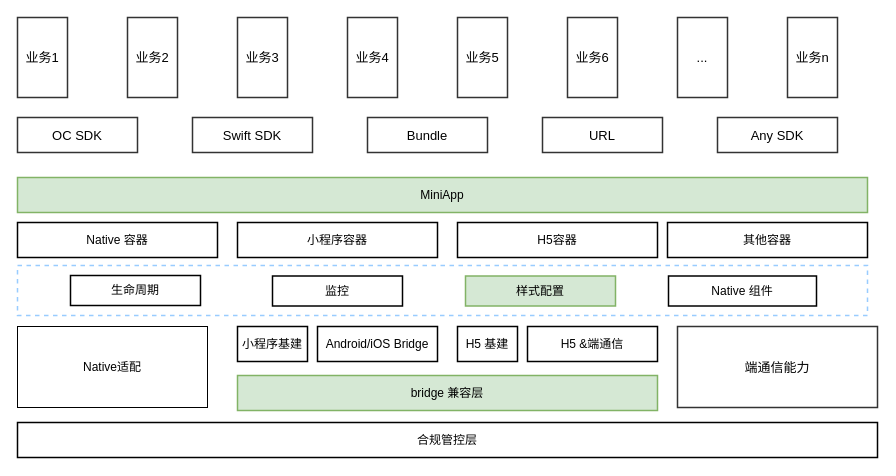
ashen-23/DrawIORepo keeps this draw.io diagram as page "展望" (7 of 9) of 容器化架构.drawio. Above is the earlier version. Source tidied: cells renumbered, new cells numbered last; positions are measured from the earlier drawing's top-left corner, leaving out a move shared by most shapes. Both pictures are drawn from the tidied source at 100%, with x=0, y=0 at pixel (17, 17).
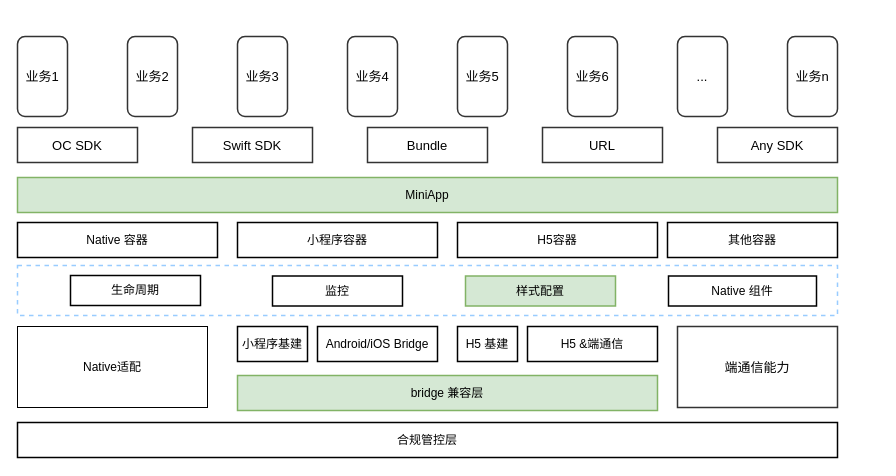
The same page after the edit.

Commit message:
更新容器化架构.drawio

The edit, as a diff of the source:
```diff
@@
     <mxCell id="2" style="whiteSpace=wrap;html=1;rounded=0;shadow=0;glass=0;dashed=1;strokeColor=#99CCFF;strokeWidth=1.5;fontColor=#000000;fillColor=none;gradientColor=none;" parent="1" vertex="1">
-      <mxGeometry y="248" width="850" height="50" as="geometry" />
+      <mxGeometry y="248" width="820" height="50" as="geometry" />
     </mxCell>
@@
     <mxCell id="5" value="MiniApp" style="whiteSpace=wrap;html=1;strokeWidth=1.5;fillColor=#d5e8d4;strokeColor=#82b366;" parent="1" vertex="1">
-      <mxGeometry y="160" width="850" height="35" as="geometry" />
+      <mxGeometry y="160" width="820" height="35" as="geometry" />
     </mxCell>
@@
     <mxCell id="7" value="合规管控层" style="whiteSpace=wrap;html=1;strokeWidth=1.5;fontColor=#000000;fillColor=#FFFFFF;" parent="1" vertex="1">
-      <mxGeometry y="405" width="860" height="35" as="geometry" />
+      <mxGeometry y="405" width="820" height="35" as="geometry" />
     </mxCell>
@@
     <mxCell id="17" value="其他容器" style="whiteSpace=wrap;html=1;strokeWidth=1.5;fontColor=#000000;fillColor=#FFFFFF;" parent="1" vertex="1">
-      <mxGeometry x="650" y="205" width="200" height="35" as="geometry" />
+      <mxGeometry x="650" y="205" width="170" height="35" as="geometry" />
     </mxCell>
     <mxCell id="18" value="端通信能力" style="whiteSpace=wrap;html=1;rounded=0;shadow=0;glass=0;strokeColor=#333333;strokeWidth=1.5;fontSize=13;fontColor=#000000;fillColor=none;gradientColor=none;" parent="1" vertex="1">
-      <mxGeometry x="660" y="309" width="200" height="81" as="geometry" />
+      <mxGeometry x="660" y="309" width="160" height="81" as="geometry" />
     </mxCell>
     <mxCell id="19" value="OC SDK" style="whiteSpace=wrap;html=1;rounded=0;shadow=0;glass=0;strokeColor=#333333;strokeWidth=1.5;fontSize=13;fontColor=#000000;fillColor=none;gradientColor=none;" parent="1" vertex="1">
-      <mxGeometry y="100" width="120" height="35" as="geometry" />
+      <mxGeometry y="110" width="120" height="35" as="geometry" />
     </mxCell>
     <mxCell id="20" value="Bundle" style="whiteSpace=wrap;html=1;rounded=0;shadow=0;glass=0;strokeColor=#333333;strokeWidth=1.5;fontSize=13;fontColor=#000000;fillColor=none;gradientColor=none;" parent="1" vertex="1">
-      <mxGeometry x="350" y="100" width="120" height="35" as="geometry" />
+      <mxGeometry x="350" y="110" width="120" height="35" as="geometry" />
     </mxCell>
     <mxCell id="21" value="URL" style="whiteSpace=wrap;html=1;rounded=0;shadow=0;glass=0;strokeColor=#333333;strokeWidth=1.5;fontSize=13;fontColor=#000000;fillColor=none;gradientColor=none;" parent="1" vertex="1">
-      <mxGeometry x="525" y="100" width="120" height="35" as="geometry" />
+      <mxGeometry x="525" y="110" width="120" height="35" as="geometry" />
     </mxCell>
     <mxCell id="22" value="Any SDK" style="whiteSpace=wrap;html=1;rounded=0;shadow=0;glass=0;strokeColor=#333333;strokeWidth=1.5;fontSize=13;fontColor=#000000;fillColor=none;gradientColor=none;" parent="1" vertex="1">
-      <mxGeometry x="700" y="100" width="120" height="35" as="geometry" />
+      <mxGeometry x="700" y="110" width="120" height="35" as="geometry" />
     </mxCell>
-    <mxCell id="23" value="业务1" style="whiteSpace=wrap;html=1;rounded=0;shadow=0;glass=0;strokeColor=#333333;strokeWidth=1.5;fontSize=13;fontColor=#000000;fillColor=none;gradientColor=none;" parent="1" vertex="1">
-      <mxGeometry width="50" height="80" as="geometry" />
+    <mxCell id="23" value="业务1" style="whiteSpace=wrap;html=1;rounded=1;shadow=0;glass=0;strokeColor=#333333;strokeWidth=1.5;fontSize=13;fontColor=#000000;fillColor=none;gradientColor=none;" parent="1" vertex="1">
+      <mxGeometry y="19" width="50" height="80" as="geometry" />
     </mxCell>
-    <mxCell id="24" value="业务2" style="whiteSpace=wrap;html=1;rounded=0;shadow=0;glass=0;strokeColor=#333333;strokeWidth=1.5;fontSize=13;fontColor=#000000;fillColor=none;gradientColor=none;" parent="1" vertex="1">
-      <mxGeometry x="110" width="50" height="80" as="geometry" />
+    <mxCell id="24" value="业务2" style="whiteSpace=wrap;html=1;rounded=1;shadow=0;glass=0;strokeColor=#333333;strokeWidth=1.5;fontSize=13;fontColor=#000000;fillColor=none;gradientColor=none;" parent="1" vertex="1">
+      <mxGeometry x="110" y="19" width="50" height="80" as="geometry" />
     </mxCell>
-    <mxCell id="25" value="业务3" style="whiteSpace=wrap;html=1;rounded=0;shadow=0;glass=0;strokeColor=#333333;strokeWidth=1.5;fontSize=13;fontColor=#000000;fillColor=none;gradientColor=none;" parent="1" vertex="1">
-      <mxGeometry x="220" width="50" height="80" as="geometry" />
+    <mxCell id="25" value="业务3" style="whiteSpace=wrap;html=1;rounded=1;shadow=0;glass=0;strokeColor=#333333;strokeWidth=1.5;fontSize=13;fontColor=#000000;fillColor=none;gradientColor=none;" parent="1" vertex="1">
+      <mxGeometry x="220" y="19" width="50" height="80" as="geometry" />
     </mxCell>
-    <mxCell id="26" value="业务4" style="whiteSpace=wrap;html=1;rounded=0;shadow=0;glass=0;strokeColor=#333333;strokeWidth=1.5;fontSize=13;fontColor=#000000;fillColor=none;gradientColor=none;" parent="1" vertex="1">
-      <mxGeometry x="330" width="50" height="80" as="geometry" />
+    <mxCell id="26" value="业务4" style="whiteSpace=wrap;html=1;rounded=1;shadow=0;glass=0;strokeColor=#333333;strokeWidth=1.5;fontSize=13;fontColor=#000000;fillColor=none;gradientColor=none;" parent="1" vertex="1">
+      <mxGeometry x="330" y="19" width="50" height="80" as="geometry" />
     </mxCell>
-    <mxCell id="27" value="业务5" style="whiteSpace=wrap;html=1;rounded=0;shadow=0;glass=0;strokeColor=#333333;strokeWidth=1.5;fontSize=13;fontColor=#000000;fillColor=none;gradientColor=none;" parent="1" vertex="1">
-      <mxGeometry x="440" width="50" height="80" as="geometry" />
+    <mxCell id="27" value="业务5" style="whiteSpace=wrap;html=1;rounded=1;shadow=0;glass=0;strokeColor=#333333;strokeWidth=1.5;fontSize=13;fontColor=#000000;fillColor=none;gradientColor=none;" parent="1" vertex="1">
+      <mxGeometry x="440" y="19" width="50" height="80" as="geometry" />
     </mxCell>
-    <mxCell id="28" value="业务6" style="whiteSpace=wrap;html=1;rounded=0;shadow=0;glass=0;strokeColor=#333333;strokeWidth=1.5;fontSize=13;fontColor=#000000;fillColor=none;gradientColor=none;" parent="1" vertex="1">
-      <mxGeometry x="550" width="50" height="80" as="geometry" />
+    <mxCell id="28" value="业务6" style="whiteSpace=wrap;html=1;rounded=1;shadow=0;glass=0;strokeColor=#333333;strokeWidth=1.5;fontSize=13;fontColor=#000000;fillColor=none;gradientColor=none;" parent="1" vertex="1">
+      <mxGeometry x="550" y="19" width="50" height="80" as="geometry" />
     </mxCell>
-    <mxCell id="29" value="业务n" style="whiteSpace=wrap;html=1;rounded=0;shadow=0;glass=0;strokeColor=#333333;strokeWidth=1.5;fontSize=13;fontColor=#000000;fillColor=none;gradientColor=none;" parent="1" vertex="1">
-      <mxGeometry x="770" width="50" height="80" as="geometry" />
+    <mxCell id="29" value="业务n" style="whiteSpace=wrap;html=1;rounded=1;shadow=0;glass=0;strokeColor=#333333;strokeWidth=1.5;fontSize=13;fontColor=#000000;fillColor=none;gradientColor=none;" parent="1" vertex="1">
+      <mxGeometry x="770" y="19" width="50" height="80" as="geometry" />
     </mxCell>
     <mxCell id="30" value="Swift SDK" style="whiteSpace=wrap;html=1;rounded=0;shadow=0;glass=0;strokeColor=#333333;strokeWidth=1.5;fontSize=13;fontColor=#000000;fillColor=none;gradientColor=none;" parent="1" vertex="1">
-      <mxGeometry x="175" y="100" width="120" height="35" as="geometry" />
+      <mxGeometry x="175" y="110" width="120" height="35" as="geometry" />
     </mxCell>
-    <mxCell id="31" value="..." style="whiteSpace=wrap;html=1;rounded=0;shadow=0;glass=0;strokeColor=#333333;strokeWidth=1.5;fontSize=13;fontColor=#000000;fillColor=none;gradientColor=none;" parent="1" vertex="1">
-      <mxGeometry x="660" width="50" height="80" as="geometry" />
+    <mxCell id="31" value="..." style="whiteSpace=wrap;html=1;rounded=1;shadow=0;glass=0;strokeColor=#333333;strokeWidth=1.5;fontSize=13;fontColor=#000000;fillColor=none;gradientColor=none;" parent="1" vertex="1">
+      <mxGeometry x="660" y="19" width="50" height="80" as="geometry" />
     </mxCell>
```
